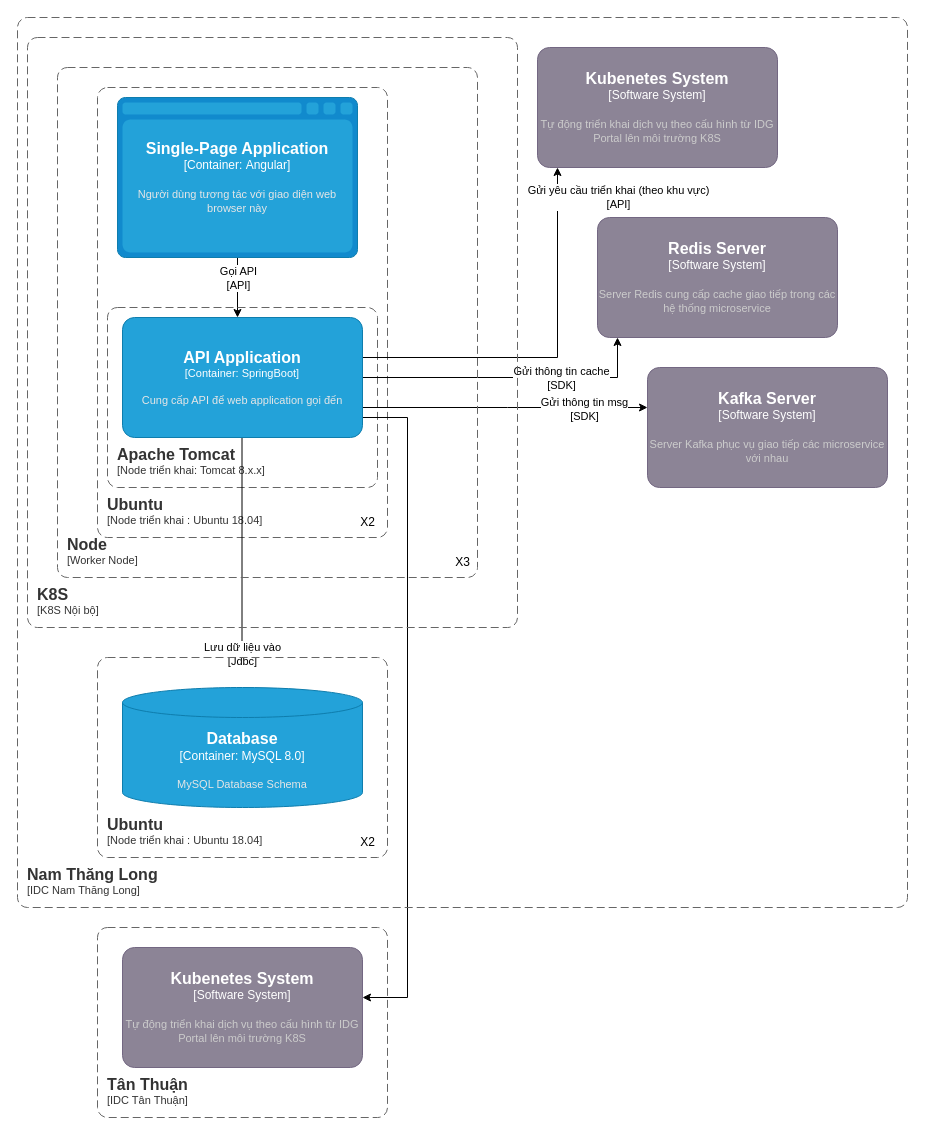
Before: IdgPortal-Deployment.drawio in dangngocsoncntt/draw.io, a draw.io diagram. Source tidied: cells renumbered, new cells numbered last; positions are measured from the earlier drawing's top-left corner, leaving out a move shared by most shapes. Both pictures are drawn from the tidied source at 100%, with x=0, y=0 at pixel (17, 17).
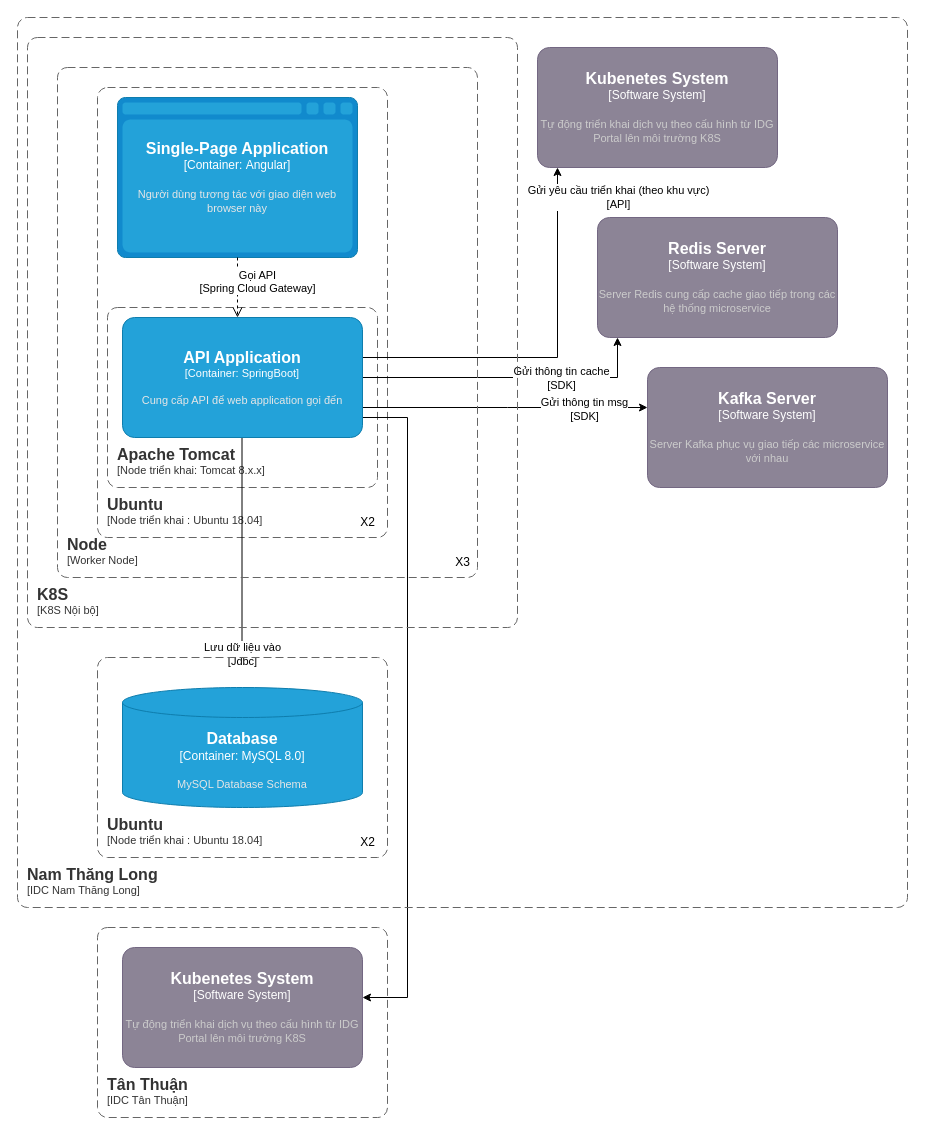
The same page after the edit.

Unchanged cells that the change refers to:
```xml
<object id="4" label="&lt;font style=&quot;font-size: 16px&quot;&gt;&lt;b&gt;%c4Type%&lt;/b&gt;&lt;/font&gt;&lt;div&gt;[%c4Container%:&amp;nbsp;%c4Technology%]&lt;/div&gt;&lt;br&gt;&lt;div&gt;&lt;font style=&quot;font-size: 11px&quot;&gt;&lt;font color=&quot;#E6E6E6&quot;&gt;%c4Description%&lt;/font&gt;&lt;/div&gt;" c4Container="Container" c4Description="Người dùng tương tác với giao diện web browser này" c4Technology="Angular" c4Type="Single-Page Application" placeholders="1">
  <mxCell style="shape=mxgraph.c4.webBrowserContainer2;whiteSpace=wrap;html=1;boundedLbl=1;rounded=0;labelBackgroundColor=none;strokeColor=#118ACD;fillColor=#23A2D9;strokeColor=#118ACD;strokeColor2=#0E7DAD;fontSize=12;fontColor=#ffffff;align=center;points=[[0.5,0,0],[1,0.25,0],[1,0.5,0],[1,0.75,0],[0.5,1,0],[0,0.75,0],[0,0.5,0],[0,0.25,0]];" parent="1" vertex="1">
    <mxGeometry x="100" y="80" width="240" height="160" as="geometry" />
  </mxCell>
</object>
<object id="16" label="&lt;font style=&quot;font-size: 16px&quot;&gt;&lt;b&gt;%c4Name%&lt;/b&gt;&lt;/font&gt;&lt;div&gt;[%c4Type%: %c4Technology%]&lt;/div&gt;&lt;br&gt;&lt;div&gt;&lt;font style=&quot;font-size: 11px&quot;&gt;&lt;font color=&quot;#E6E6E6&quot;&gt;%c4Description%&lt;/font&gt;&lt;/div&gt;" c4Description="Cung cấp API để web application gọi đến " c4Name="API Application" c4Technology="SpringBoot" c4Type="Container" placeholders="1">
  <mxCell style="rounded=1;whiteSpace=wrap;html=1;fontSize=11;labelBackgroundColor=none;fillColor=#23A2D9;fontColor=#ffffff;align=center;arcSize=10;strokeColor=#0E7DAD;points=[[0.25,0,0],[0.5,0,0],[0.75,0,0],[1,0.25,0],[1,0.5,0],[1,0.75,0],[0.75,1,0],[0.5,1,0],[0.25,1,0],[0,0.75,0],[0,0.5,0],[0,0.25,0]];" parent="1" vertex="1">
    <mxGeometry x="105" y="300" width="240" height="120" as="geometry" />
  </mxCell>
</object>
```

Change to the diagram source:
```diff
@@
-    <mxCell id="2" style="edgeStyle=orthogonalEdgeStyle;rounded=0;jettySize=auto;html=1;" parent="1" edge="1" source="4" target="16">
-      <mxGeometry relative="1" as="geometry">
-        <Array as="points">
-          <mxPoint x="130" y="130" />
-          <mxPoint x="130" y="130" />
-        </Array>
-      </mxGeometry>
-    </mxCell>
-    <mxCell id="3" value="Gọi API&lt;br&gt;[API]" style="edgeLabel;html=1;align=center;verticalAlign=middle;" parent="2" vertex="1">
-      <mxGeometry x="0.19" relative="1" as="geometry">
-        <mxPoint y="-16" as="offset" />
-      </mxGeometry>
-    </mxCell>
@@
+    <mxCell id="30" value="Gọi API&lt;br&gt;[Spring Cloud Gateway]" style="html=1;verticalAlign=bottom;endArrow=open;dashed=1;endSize=8;edgeStyle=elbowEdgeStyle;elbow=vertical;curved=0;rounded=0;" parent="1" edge="1" source="4">
+      <mxGeometry x="0.33" y="20" relative="1" as="geometry">
+        <mxPoint x="220" y="300" as="targetPoint" />
+      </mxGeometry>
+    </mxCell>
```
